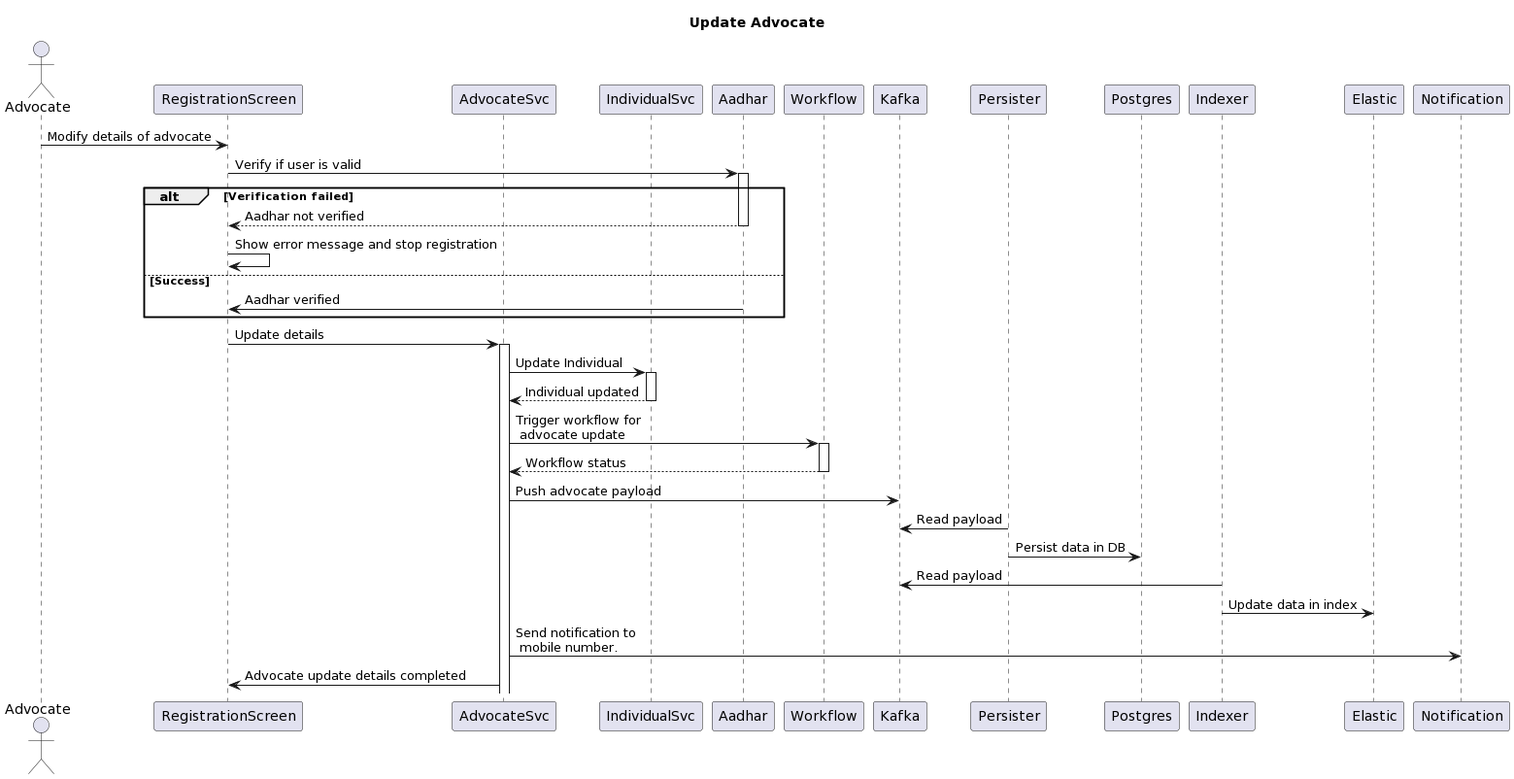
The PlantUML diagram docs/Advocate/SequenceDiagrams/Advocate-update-flow.png in pucardotorg/dristi, before a commit.
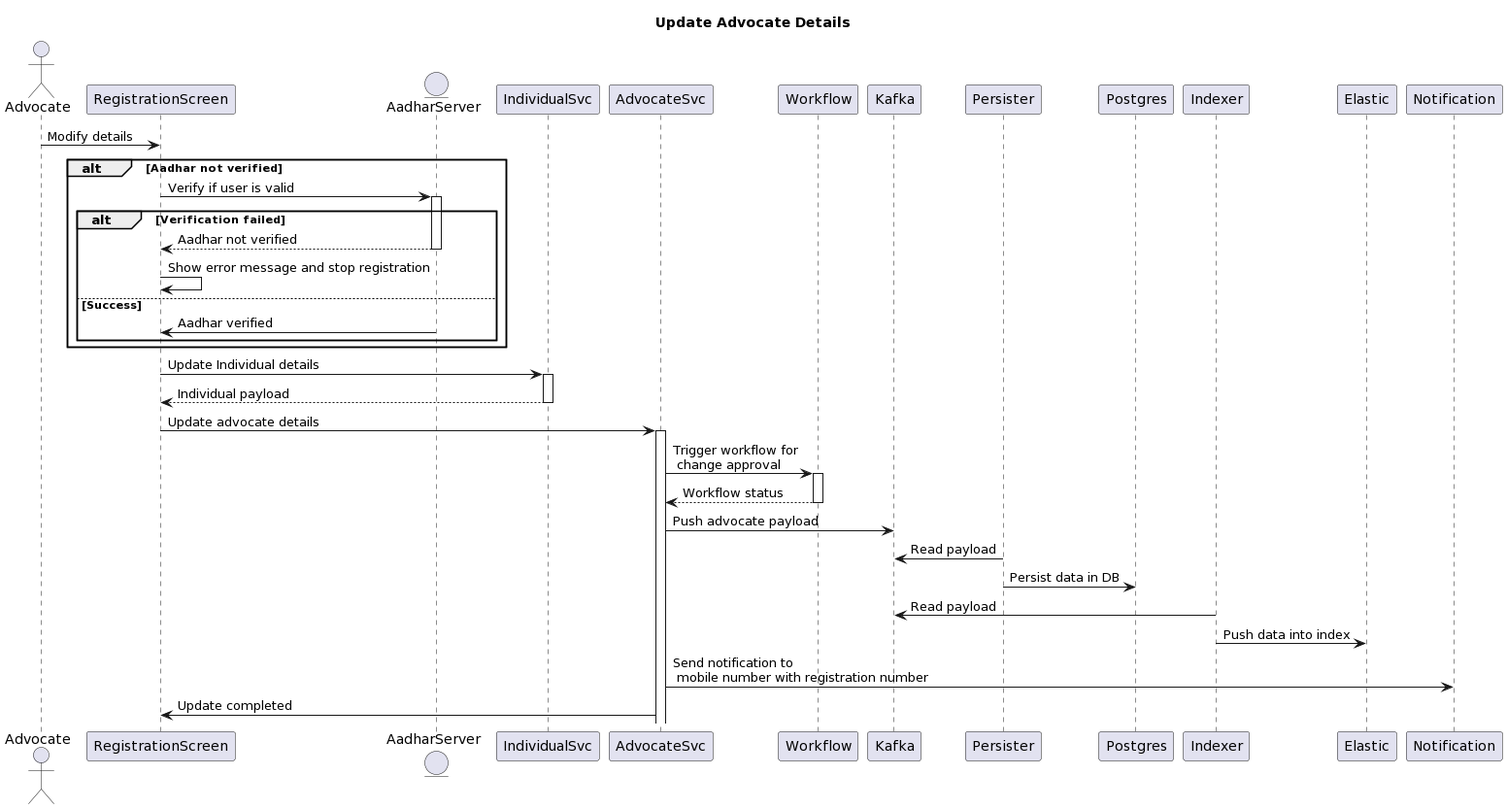
After the change.

Commit message:
Changes to advocate registration

The edit, as a diff of the source:
```diff
@@ -1,10 +1,12 @@
 @startuml
-title Update Advocate
+title Update Advocate Details
 Actor Advocate as User
 participant RegistrationScreen as UI
+Entity AadharServer as Aadhar
+participant IndividualSvc as I
 participant AdvocateSvc as A
-participant IndividualSvc as I
-User -> UI : Modify details of advocate
+User -> UI : Modify details
+alt Aadhar not verified
 UI -> Aadhar ++: Verify if user is valid
 alt Verification failed
   return Aadhar not verified
@@ -12,16 +14,17 @@
 else Success
   Aadhar -> UI: Aadhar verified
 end
-UI -> A ++: Update details
-A -> I ++: Update Individual
-return Individual updated
-A -> Workflow ++: Trigger workflow for \n advocate update
+end
+UI -> I ++: Update Individual details
+return Individual payload
+UI -> A ++: Update advocate details
+A -> Workflow ++: Trigger workflow for \n change approval
 return Workflow status
 A -> Kafka: Push advocate payload
 Persister -> Kafka: Read payload
 Persister -> Postgres: Persist data in DB
 Indexer -> Kafka: Read payload
-Indexer -> Elastic: Update data in index
-A -> Notification : Send notification to \n mobile number.
-A -> UI: Advocate update details completed
+Indexer -> Elastic: Push data into index
+A -> Notification : Send notification to \n mobile number with registration number
+A -> UI: Update completed
 @enduml
```
